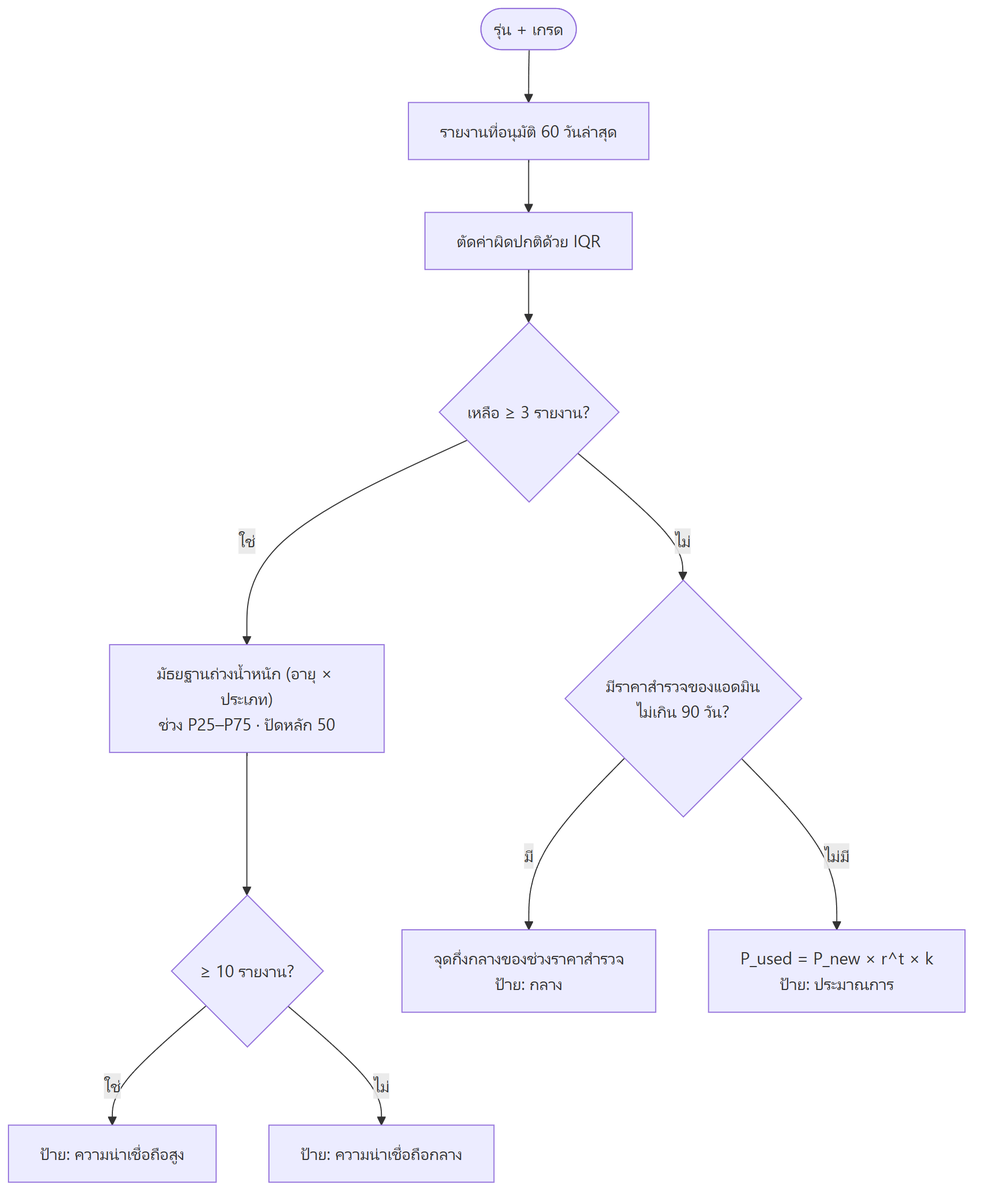
Above: docs/diagrams/img/flow-used-price.png in LasperX/BuildCheck (Mermaid), before the change. Its source is kept beside it as docs/diagrams/flow-used-price.mmd. Source of this version:
```mermaid
flowchart TD
  s([รุ่น + เกรด]) --> r["รายงานที่อนุมัติ 60 วันล่าสุด"]
  r --> iqr["ตัดค่าผิดปกติด้วย IQR"]
  iqr --> n{"เหลือ ≥ 3 รายงาน?"}
  n -- ใช่ --> med["มัธยฐานถ่วงน้ำหนัก (อายุ × ประเภท)<br/>ช่วง P25–P75 · ปัดหลัก 50"]
  med --> conf{"≥ 10 รายงาน?"}
  conf -- ใช่ --> high["ป้าย: ความน่าเชื่อถือสูง"]
  conf -- ไม่ --> mid["ป้าย: ความน่าเชื่อถือกลาง"]
  n -- ไม่ --> sv{"มีราคาสำรวจของแอดมิน<br/>ไม่เกิน 90 วัน?"}
  sv -- มี --> svp["จุดกึ่งกลางของช่วงราคาสำรวจ<br/>ป้าย: กลาง"]
  sv -- ไม่มี --> est["P_used = P_new × r^t × k<br/>ป้าย: ประมาณการ"]
```
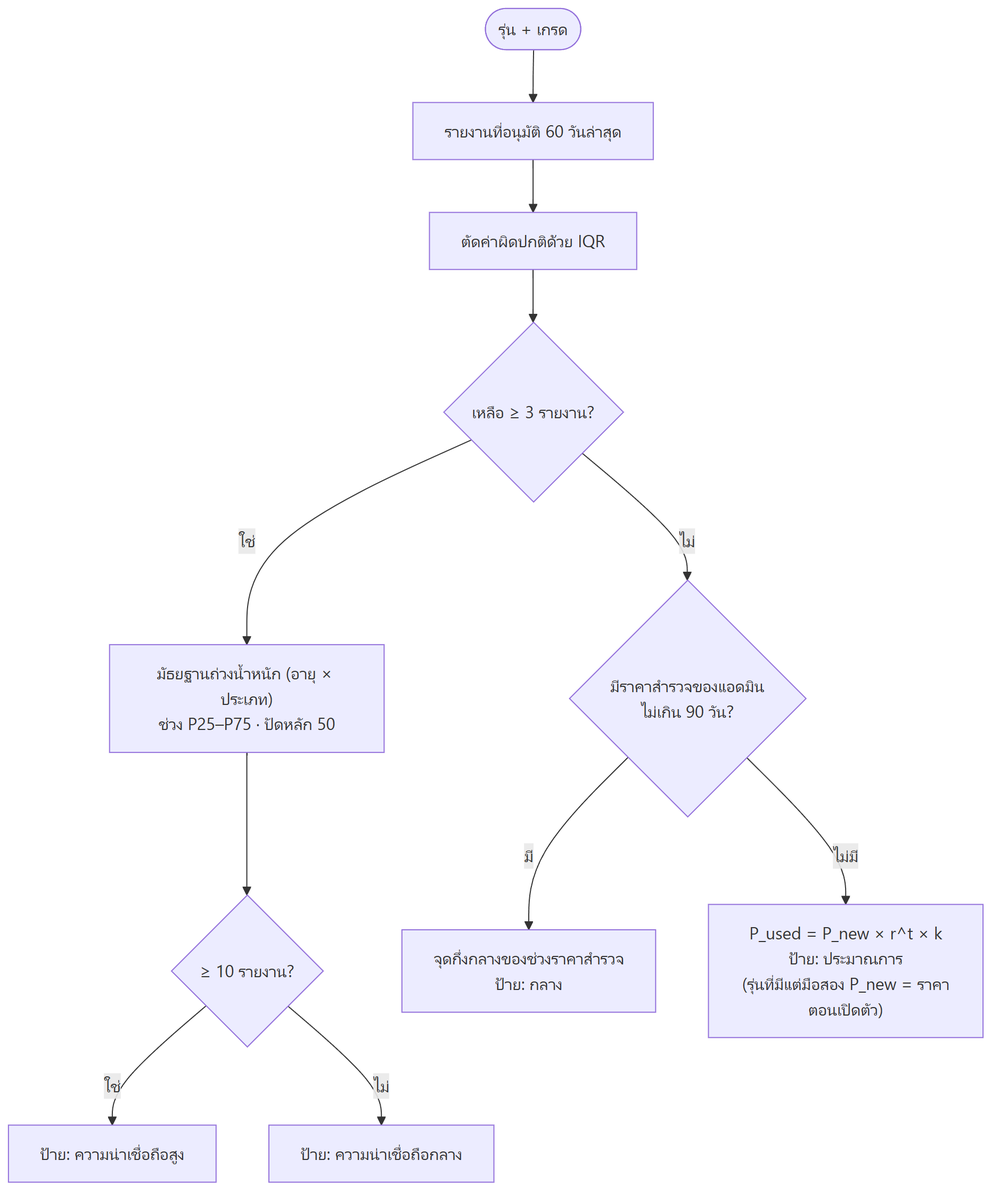
The same file after the commit.

The edit, as a diff of the source:
```diff
@@ -8,4 +8,4 @@
   conf -- ไม่ --> mid["ป้าย: ความน่าเชื่อถือกลาง"]
   n -- ไม่ --> sv{"มีราคาสำรวจของแอดมิน<br/>ไม่เกิน 90 วัน?"}
   sv -- มี --> svp["จุดกึ่งกลางของช่วงราคาสำรวจ<br/>ป้าย: กลาง"]
-  sv -- ไม่มี --> est["P_used = P_new × r^t × k<br/>ป้าย: ประมาณการ"]
+  sv -- ไม่มี --> est["P_used = P_new × r^t × k<br/>ป้าย: ประมาณการ<br/>(รุ่นที่มีแต่มือสอง P_new = ราคาตอนเปิดตัว)"]
```
